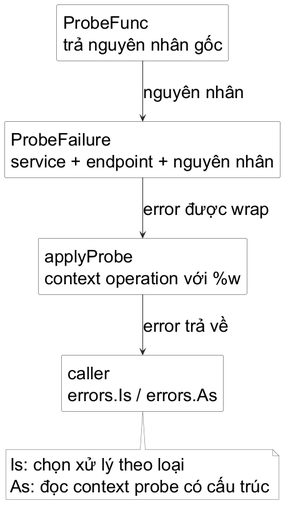
Minhlike/Golang keeps this PlantUML diagram as assets/diagrams/error-boundary-trace.png. Above is the earlier version.
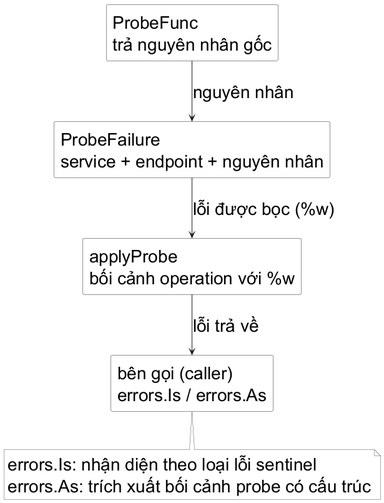
The same diagram one commit later.

Change to the diagram source:
```diff
@@ -18,14 +18,14 @@
 
 rectangle "ProbeFunc\ntrả nguyên nhân gốc" as run
 rectangle "ProbeFailure\nservice + endpoint + nguyên nhân" as failure
-rectangle "applyProbe\ncontext operation với %w" as boundary
-rectangle "caller\nerrors.Is / errors.As" as caller
+rectangle "applyProbe\nbối cảnh operation với %w" as boundary
+rectangle "bên gọi (caller)\nerrors.Is / errors.As" as caller
 
 run -down-> failure : nguyên nhân
-failure -down-> boundary : error được wrap
-boundary -down-> caller : error trả về
+failure -down-> boundary : lỗi được bọc (%w)
+boundary -down-> caller : lỗi trả về
 note bottom of caller
-Is: chọn xử lý theo loại
-As: đọc context probe có cấu trúc
+errors.Is: nhận diện theo loại lỗi sentinel
+errors.As: trích xuất bối cảnh probe có cấu trúc
 end note
 @enduml
```
